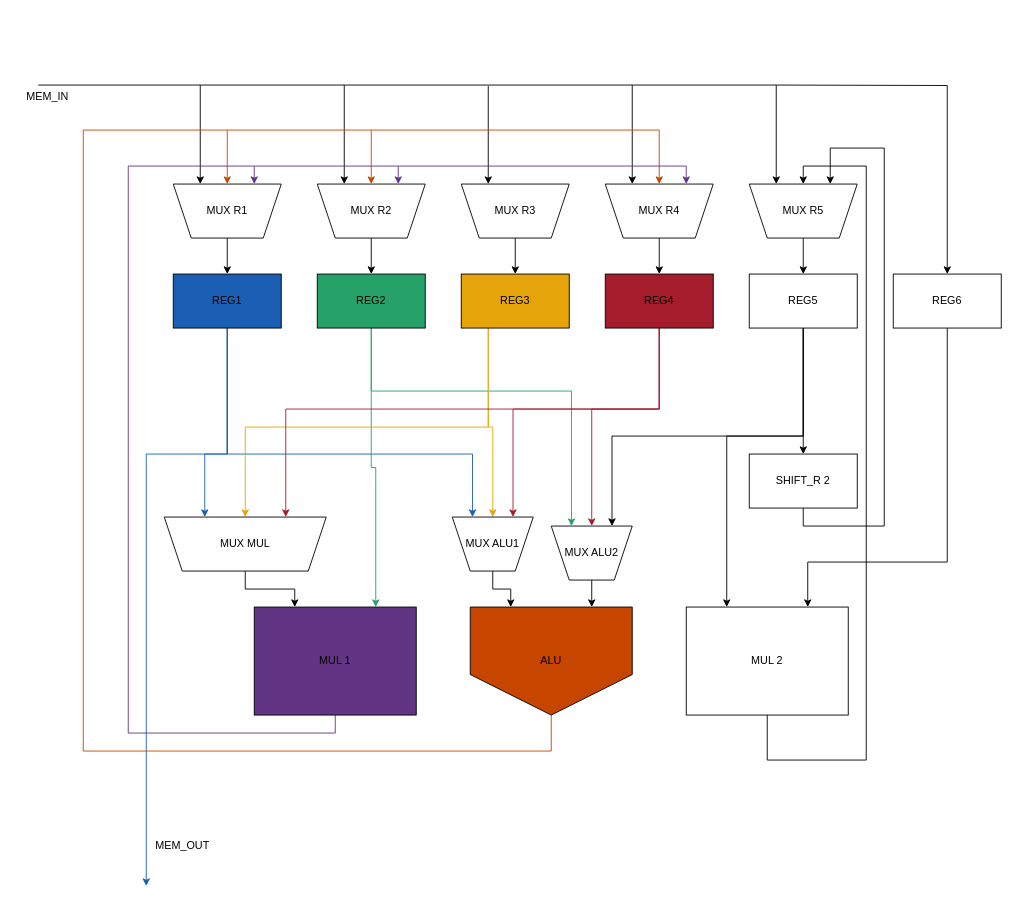
Before: Lab2/Datapath.drawio in WoneBone/PSD, a draw.io diagram. Source tidied: cells renumbered, new cells numbered last; positions are measured from the earlier drawing's top-left corner, leaving out a move shared by most shapes. Both pictures are drawn from the tidied source at 90%, with x=0, y=0 at pixel (15, 83).
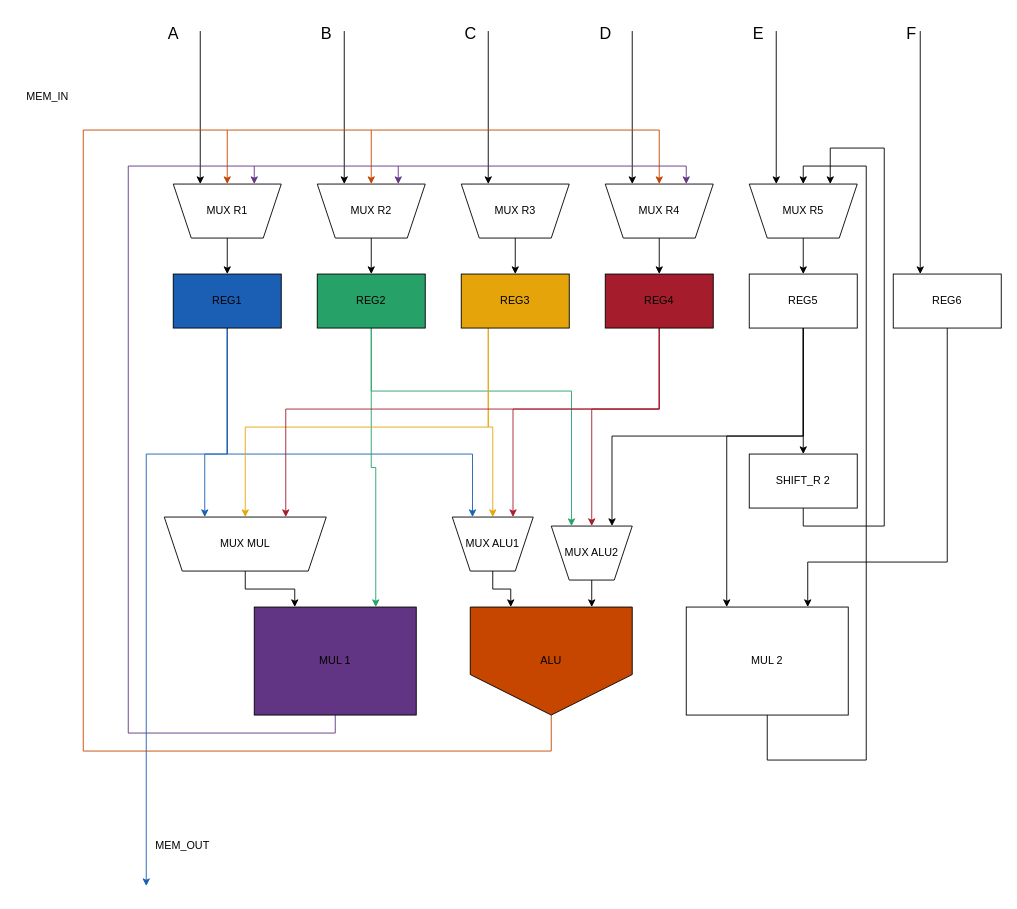
The same page after the edit.

Commit message:
Datapath.drawio com Memória atualizada

Unchanged cells that the change refers to:
```xml
<mxCell id="21" value="&lt;div&gt;REG6&lt;/div&gt;" style="rounded=0;whiteSpace=wrap;html=1;" parent="1" vertex="1">
  <mxGeometry x="975" y="212" width="120" height="60" as="geometry" />
</mxCell>
<mxCell id="23" value="MUX R1" style="shape=trapezoid;perimeter=trapezoidPerimeter;whiteSpace=wrap;html=1;fixedSize=1;flipV=1;" parent="1" vertex="1">
  <mxGeometry x="175" y="112" width="120" height="60" as="geometry" />
</mxCell>
<mxCell id="25" value="MUX R2" style="shape=trapezoid;perimeter=trapezoidPerimeter;whiteSpace=wrap;html=1;fixedSize=1;flipV=1;" parent="1" vertex="1">
  <mxGeometry x="335" y="112" width="120" height="60" as="geometry" />
</mxCell>
<mxCell id="27" value="MUX R3" style="shape=trapezoid;perimeter=trapezoidPerimeter;whiteSpace=wrap;html=1;fixedSize=1;flipV=1;" parent="1" vertex="1">
  <mxGeometry x="495" y="112" width="120" height="60" as="geometry" />
</mxCell>
<mxCell id="29" value="MUX R4" style="shape=trapezoid;perimeter=trapezoidPerimeter;whiteSpace=wrap;html=1;fixedSize=1;flipV=1;" parent="1" vertex="1">
  <mxGeometry x="655" y="112" width="120" height="60" as="geometry" />
</mxCell>
<mxCell id="31" value="MUX R5" style="shape=trapezoid;perimeter=trapezoidPerimeter;whiteSpace=wrap;html=1;fixedSize=1;flipV=1;" parent="1" vertex="1">
  <mxGeometry x="815" y="112" width="120" height="60" as="geometry" />
</mxCell>
```

Diff of the diagram source:
```diff
@@
-    <mxCell id="32" style="edgeStyle=orthogonalEdgeStyle;rounded=0;jettySize=auto;html=1;" parent="1" edge="1" target="21">
-      <mxGeometry relative="1" as="geometry">
-        <mxPoint x="845" y="2" as="sourcePoint" />
-      </mxGeometry>
-    </mxCell>
-    <mxCell id="33" style="endArrow=classic;html=1;rounded=0;entryX=0.25;entryY=0;entryDx=0;entryDy=0;" parent="1" edge="1" target="31">
-      <mxGeometry relative="1" as="geometry">
-        <mxPoint x="25" y="2" as="sourcePoint" />
-        <Array as="points">
-          <mxPoint x="845" y="2" />
-        </Array>
-      </mxGeometry>
-    </mxCell>
     <mxCell id="34" style="endArrow=classic;html=1;rounded=0;entryX=0.25;entryY=0;entryDx=0;entryDy=0;" parent="1" edge="1" target="23">
       <mxGeometry relative="1" as="geometry">
-        <mxPoint x="205" y="2" as="sourcePoint" />
+        <mxPoint x="205" y="-58" as="sourcePoint" />
       </mxGeometry>
     </mxCell>
     <mxCell id="35" style="endArrow=classic;html=1;rounded=0;entryX=0.25;entryY=0;entryDx=0;entryDy=0;" parent="1" edge="1" target="25">
       <mxGeometry relative="1" as="geometry">
-        <mxPoint x="365" y="2" as="sourcePoint" />
+        <mxPoint x="365" y="-58" as="sourcePoint" />
       </mxGeometry>
     </mxCell>
     <mxCell id="36" style="endArrow=classic;html=1;rounded=0;entryX=0.25;entryY=0;entryDx=0;entryDy=0;" parent="1" edge="1" target="27">
       <mxGeometry relative="1" as="geometry">
-        <mxPoint x="525" y="3" as="sourcePoint" />
+        <mxPoint x="525" y="-58" as="sourcePoint" />
       </mxGeometry>
     </mxCell>
     <mxCell id="37" style="endArrow=classic;html=1;rounded=0;entryX=0.25;entryY=0;entryDx=0;entryDy=0;" parent="1" edge="1" target="29">
       <mxGeometry relative="1" as="geometry">
-        <mxPoint x="685" y="2" as="sourcePoint" />
+        <mxPoint x="685" y="-58" as="sourcePoint" />
       </mxGeometry>
     </mxCell>
@@
+    <mxCell id="58" style="endArrow=classic;html=1;rounded=0;entryX=0.25;entryY=0;entryDx=0;entryDy=0;" parent="1" edge="1" target="31">
+      <mxGeometry relative="1" as="geometry">
+        <mxPoint x="845" y="-58" as="sourcePoint" />
+        <Array as="points">
+          <mxPoint x="845" y="62" />
+        </Array>
+      </mxGeometry>
+    </mxCell>
+    <mxCell id="59" style="endArrow=classic;html=1;rounded=0;entryX=0.25;entryY=0;entryDx=0;entryDy=0;" parent="1" edge="1" target="21">
+      <mxGeometry relative="1" as="geometry">
+        <mxPoint x="1005" y="-58" as="sourcePoint" />
+      </mxGeometry>
+    </mxCell>
+    <mxCell id="60" value="&lt;font style=&quot;font-size: 18px;&quot;&gt;A&lt;/font&gt;" style="text;html=1;align=center;verticalAlign=middle;strokeColor=none;fillColor=none;" parent="1" vertex="1">
+      <mxGeometry x="155" y="-75" width="40" height="40" as="geometry" />
+    </mxCell>
+    <mxCell id="61" value="&lt;font style=&quot;font-size: 18px;&quot;&gt;B&lt;br&gt;&lt;/font&gt;" style="text;html=1;align=center;verticalAlign=middle;strokeColor=none;fillColor=none;" parent="1" vertex="1">
+      <mxGeometry x="325" y="-75" width="40" height="40" as="geometry" />
+    </mxCell>
+    <mxCell id="62" value="&lt;font style=&quot;font-size: 18px;&quot;&gt;C&lt;/font&gt;" style="text;html=1;align=center;verticalAlign=middle;strokeColor=none;fillColor=none;" parent="1" vertex="1">
+      <mxGeometry x="485" y="-75" width="40" height="40" as="geometry" />
+    </mxCell>
+    <mxCell id="63" value="&lt;font style=&quot;font-size: 18px;&quot;&gt;D&lt;/font&gt;" style="text;html=1;align=center;verticalAlign=middle;strokeColor=none;fillColor=none;" parent="1" vertex="1">
+      <mxGeometry x="635" y="-75" width="40" height="40" as="geometry" />
+    </mxCell>
+    <mxCell id="64" value="&lt;font style=&quot;font-size: 18px;&quot;&gt;E&lt;/font&gt;" style="text;html=1;align=center;verticalAlign=middle;strokeColor=none;fillColor=none;" parent="1" vertex="1">
+      <mxGeometry x="805" y="-75" width="40" height="40" as="geometry" />
+    </mxCell>
+    <mxCell id="65" value="&lt;font style=&quot;font-size: 18px;&quot;&gt;F&lt;/font&gt;" style="text;html=1;align=center;verticalAlign=middle;strokeColor=none;fillColor=none;" parent="1" vertex="1">
+      <mxGeometry x="980" y="-75" width="30" height="40" as="geometry" />
+    </mxCell>
```
